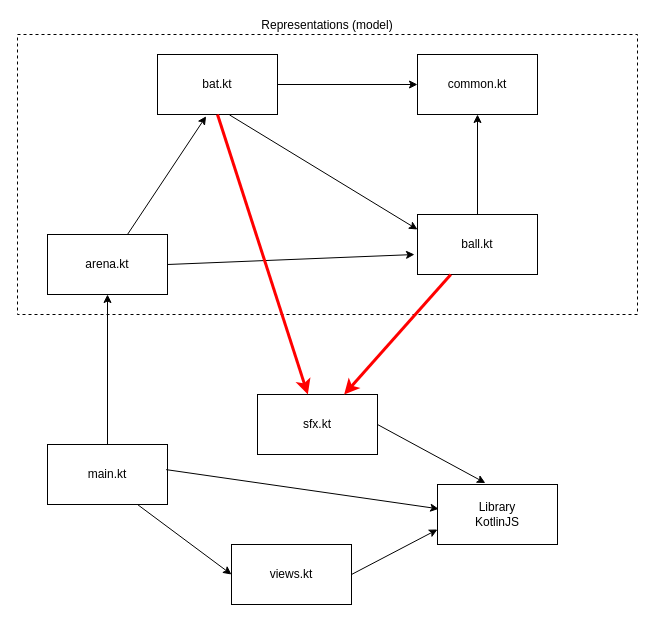
Before: Series/Programing101/sessions/assets/16-pong-dependencies.drawio in palbp/sempre_a_codar, a draw.io diagram. Source tidied: cells renumbered, new cells numbered last; positions are measured from the earlier drawing's top-left corner, leaving out a move shared by most shapes. Both pictures are drawn from the tidied source at 100%, with x=0, y=0 at pixel (17, 34).
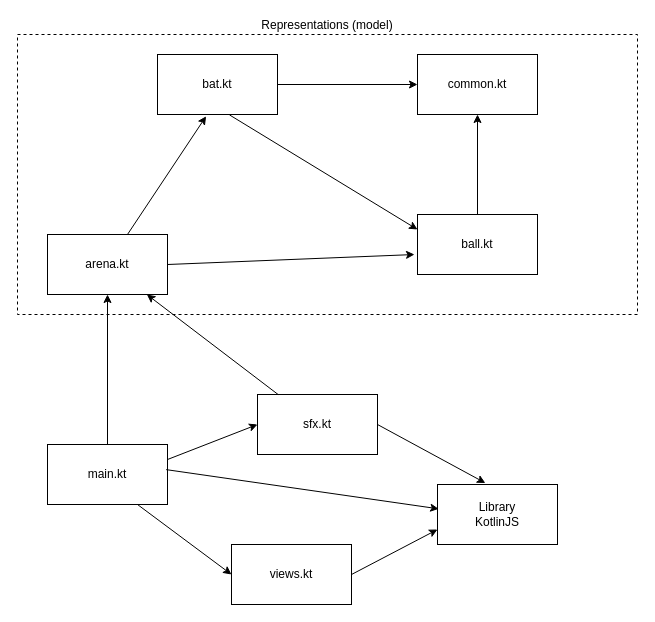
The same diagram, later.

Commit message (it also covers changes not shown here):
Adds code written during the session 17. Removes unwanted dependencies between the model and the sfx module.

Unchanged cells that the change refers to:
```xml
<mxCell id="4" value="ball.kt" style="rounded=0;whiteSpace=wrap;html=1;" parent="1" vertex="1">
  <mxGeometry x="400" y="180" width="120" height="60" as="geometry" />
</mxCell>
<mxCell id="5" value="arena.kt" style="rounded=0;whiteSpace=wrap;html=1;" parent="1" vertex="1">
  <mxGeometry x="30" y="200" width="120" height="60" as="geometry" />
</mxCell>
<mxCell id="6" value="bat.kt" style="rounded=0;whiteSpace=wrap;html=1;" parent="1" vertex="1">
  <mxGeometry x="140" y="20" width="120" height="60" as="geometry" />
</mxCell>
<mxCell id="12" value="main.kt" style="rounded=0;whiteSpace=wrap;html=1;" parent="1" vertex="1">
  <mxGeometry x="30" y="410" width="120" height="60" as="geometry" />
</mxCell>
<mxCell id="14" value="sfx.kt" style="rounded=0;whiteSpace=wrap;html=1;" parent="1" vertex="1">
  <mxGeometry x="240" y="360" width="120" height="60" as="geometry" />
</mxCell>
```

What changed in the source:
```diff
@@
-    <mxCell id="17" style="endArrow=classic;html=1;exitX=0.5;exitY=1;exitDx=0;exitDy=0;fillColor=#f8cecc;strokeColor=#FF0000;strokeWidth=3;" parent="1" edge="1" source="6" target="14">
-      <mxGeometry relative="1" as="geometry" />
-    </mxCell>
@@
-    <mxCell id="19" style="endArrow=classic;html=1;fillColor=#f8cecc;strokeColor=#FF0000;strokeWidth=3;" parent="1" edge="1" source="4" target="14">
-      <mxGeometry relative="1" as="geometry" />
-    </mxCell>
@@
+    <mxCell id="23" style="endArrow=classic;html=1;exitX=1;exitY=0.25;exitDx=0;exitDy=0;entryX=0;entryY=0.5;entryDx=0;entryDy=0;" parent="1" edge="1" source="12" target="14">
+      <mxGeometry relative="1" as="geometry" />
+    </mxCell>
+    <mxCell id="24" style="endArrow=classic;html=1;" parent="1" edge="1" source="14" target="5">
+      <mxGeometry relative="1" as="geometry" />
+    </mxCell>
```
